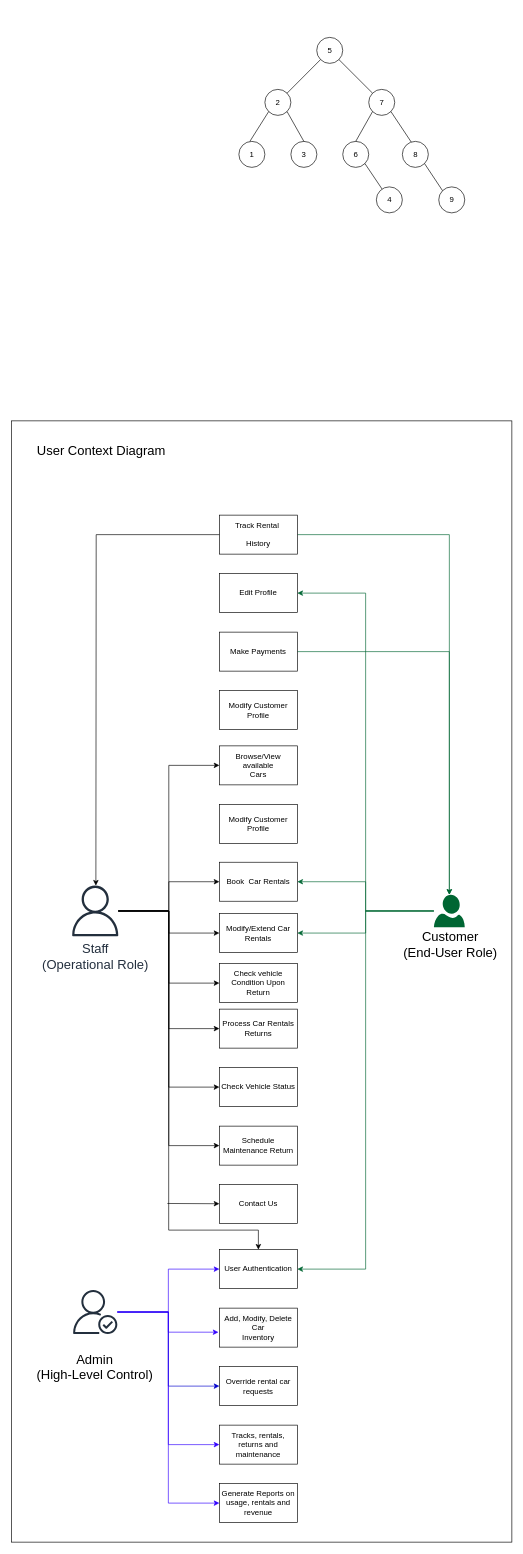
The draw.io diagram Resources/Requirements & Specifications/User Context Diagram.drawio in rukky0123/COSC3506-001XE, before the edit. Source tidied: cells renumbered, new cells numbered last; positions are measured from the earlier drawing's top-left corner, leaving out a move shared by most shapes. Both pictures are drawn from the tidied source at 65%, with x=0, y=0 at pixel (11, 37).
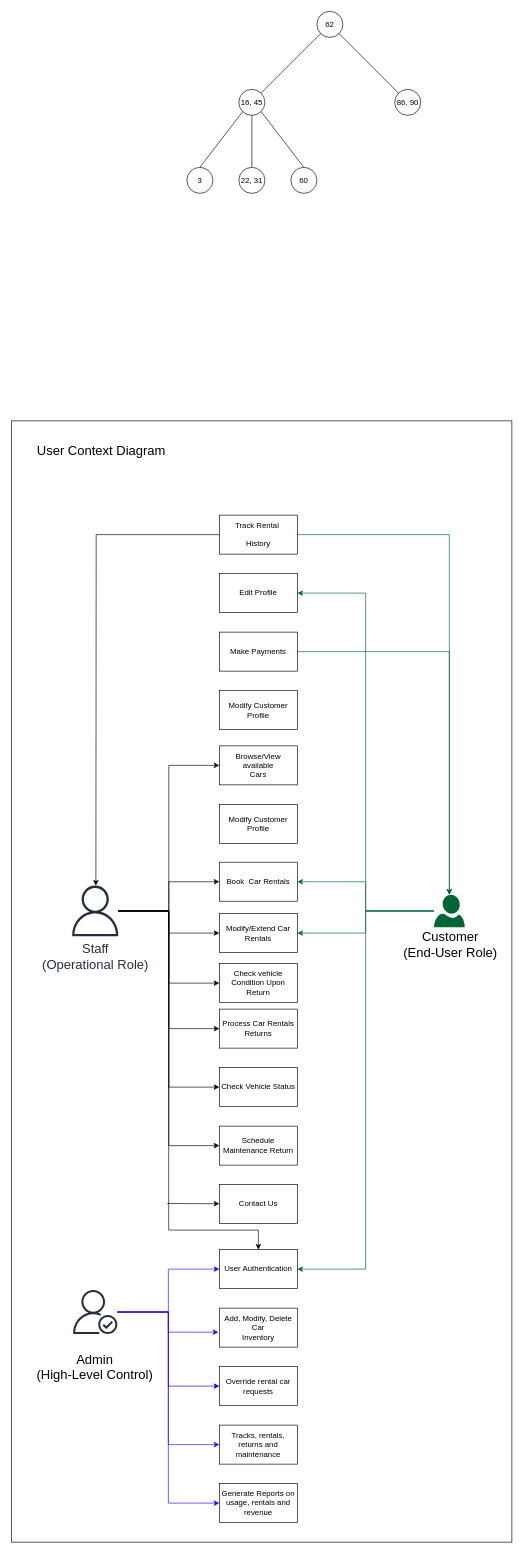
After the change.

Change to the diagram source:
```diff
@@
-    <mxCell id="48" value="5" style="ellipse;whiteSpace=wrap;html=1;" parent="1" vertex="1">
-      <mxGeometry x="469.8" width="40" height="40" as="geometry" />
+    <mxCell id="48" value="62" style="ellipse;whiteSpace=wrap;html=1;" parent="1" vertex="1">
+      <mxGeometry x="470" y="-40" width="40" height="40" as="geometry" />
     </mxCell>
-    <mxCell id="49" value="2" style="ellipse;whiteSpace=wrap;html=1;" parent="1" vertex="1">
-      <mxGeometry x="390" y="80" width="40" height="40" as="geometry" />
+    <mxCell id="49" value="16, 45" style="ellipse;whiteSpace=wrap;html=1;" parent="1" vertex="1">
+      <mxGeometry x="350" y="80" width="40" height="40" as="geometry" />
     </mxCell>
-    <mxCell id="50" value="6" style="ellipse;whiteSpace=wrap;html=1;" parent="1" vertex="1">
-      <mxGeometry x="509.8" y="160" width="40" height="40" as="geometry" />
-    </mxCell>
-    <mxCell id="51" value="8" style="ellipse;whiteSpace=wrap;html=1;" parent="1" vertex="1">
-      <mxGeometry x="601.5" y="160" width="40" height="40" as="geometry" />
-    </mxCell>
+    <mxCell id="65" value="86, 90" style="ellipse;whiteSpace=wrap;html=1;" parent="1" vertex="1">
+      <mxGeometry x="589.8" y="80" width="40" height="40" as="geometry" />
+    </mxCell>
+    <mxCell id="55" style="endArrow=none;html=1;rounded=0;exitX=1;exitY=0;exitDx=0;exitDy=0;entryX=0;entryY=1;entryDx=0;entryDy=0;" parent="1" edge="1" source="49" target="48">
+      <mxGeometry relative="1" as="geometry" />
+    </mxCell>
+    <mxCell id="66" style="endArrow=none;html=1;rounded=0;exitX=0;exitY=0;exitDx=0;exitDy=0;entryX=1;entryY=1;entryDx=0;entryDy=0;" parent="1" edge="1" source="65" target="48">
+      <mxGeometry relative="1" as="geometry" />
+    </mxCell>
+    <mxCell id="67" style="endArrow=none;html=1;rounded=0;entryX=0.5;entryY=1;entryDx=0;entryDy=0;" parent="1" edge="1" target="49">
+      <mxGeometry relative="1" as="geometry">
+        <mxPoint x="370" y="200" as="sourcePoint" />
+      </mxGeometry>
+    </mxCell>
+    <mxCell id="57" style="endArrow=none;html=1;rounded=0;entryX=0;entryY=1;entryDx=0;entryDy=0;exitX=0.5;exitY=0;exitDx=0;exitDy=0;" parent="1" edge="1" source="52" target="49">
+      <mxGeometry relative="1" as="geometry" />
+    </mxCell>
+    <mxCell id="68" style="endArrow=none;html=1;rounded=0;exitX=1;exitY=1;exitDx=0;exitDy=0;entryX=0.5;entryY=0;entryDx=0;entryDy=0;" parent="1" edge="1" source="49" target="70">
+      <mxGeometry relative="1" as="geometry" />
+    </mxCell>
+    <mxCell id="69" value="22, 31" style="ellipse;whiteSpace=wrap;html=1;" parent="1" vertex="1">
+      <mxGeometry x="350" y="200" width="40" height="40" as="geometry" />
+    </mxCell>
     <mxCell id="52" value="3" style="ellipse;whiteSpace=wrap;html=1;" parent="1" vertex="1">
-      <mxGeometry x="430" y="160" width="40" height="40" as="geometry" />
+      <mxGeometry x="270" y="200" width="40" height="40" as="geometry" />
     </mxCell>
-    <mxCell id="53" value="7" style="ellipse;whiteSpace=wrap;html=1;" parent="1" vertex="1">
-      <mxGeometry x="549.8" y="80" width="40" height="40" as="geometry" />
-    </mxCell>
-    <mxCell id="54" value="9" style="ellipse;whiteSpace=wrap;html=1;" parent="1" vertex="1">
-      <mxGeometry x="657.5" y="230" width="40" height="40" as="geometry" />
-    </mxCell>
-    <mxCell id="55" style="endArrow=none;html=1;rounded=0;entryX=0;entryY=1;entryDx=0;entryDy=0;exitX=1;exitY=0;exitDx=0;exitDy=0;" parent="1" edge="1" source="49" target="48">
-      <mxGeometry relative="1" as="geometry" />
-    </mxCell>
-    <mxCell id="56" style="endArrow=none;html=1;rounded=0;entryX=0;entryY=0;entryDx=0;entryDy=0;exitX=1;exitY=1;exitDx=0;exitDy=0;" parent="1" edge="1" source="48" target="53">
-      <mxGeometry relative="1" as="geometry" />
-    </mxCell>
-    <mxCell id="57" style="endArrow=none;html=1;rounded=0;entryX=1;entryY=1;entryDx=0;entryDy=0;exitX=0.5;exitY=0;exitDx=0;exitDy=0;" parent="1" edge="1" source="52" target="49">
-      <mxGeometry relative="1" as="geometry" />
-    </mxCell>
-    <mxCell id="58" style="endArrow=none;html=1;rounded=0;entryX=0;entryY=1;entryDx=0;entryDy=0;exitX=0.5;exitY=0;exitDx=0;exitDy=0;" parent="1" edge="1" source="50" target="53">
-      <mxGeometry relative="1" as="geometry" />
-    </mxCell>
-    <mxCell id="59" style="endArrow=none;html=1;rounded=0;exitX=1;exitY=1;exitDx=0;exitDy=0;entryX=0.343;entryY=0.028;entryDx=0;entryDy=0;entryPerimeter=0;" parent="1" edge="1" source="53" target="51">
-      <mxGeometry relative="1" as="geometry" />
-    </mxCell>
-    <mxCell id="60" style="endArrow=none;html=1;rounded=0;entryX=1;entryY=1;entryDx=0;entryDy=0;exitX=0;exitY=0;exitDx=0;exitDy=0;" parent="1" edge="1" source="54" target="51">
-      <mxGeometry relative="1" as="geometry" />
-    </mxCell>
-    <mxCell id="61" style="endArrow=none;html=1;rounded=0;entryX=0;entryY=1;entryDx=0;entryDy=0;exitX=0.5;exitY=0;exitDx=0;exitDy=0;" parent="1" edge="1" target="49">
-      <mxGeometry relative="1" as="geometry">
-        <mxPoint x="366.9" y="160" as="sourcePoint" />
-      </mxGeometry>
-    </mxCell>
-    <mxCell id="62" value="1" style="ellipse;whiteSpace=wrap;html=1;" parent="1" vertex="1">
-      <mxGeometry x="350" y="160" width="40" height="40" as="geometry" />
-    </mxCell>
-    <mxCell id="63" style="endArrow=none;html=1;rounded=0;entryX=1;entryY=1;entryDx=0;entryDy=0;" parent="1" edge="1" source="64" target="50">
-      <mxGeometry relative="1" as="geometry" />
-    </mxCell>
-    <mxCell id="64" value="4" style="ellipse;whiteSpace=wrap;html=1;" parent="1" vertex="1">
-      <mxGeometry x="561.5" y="230" width="40" height="40" as="geometry" />
-    </mxCell>
+    <mxCell id="70" value="60" style="ellipse;whiteSpace=wrap;html=1;" parent="1" vertex="1">
+      <mxGeometry x="430" y="200" width="40" height="40" as="geometry" />
+    </mxCell>
```
